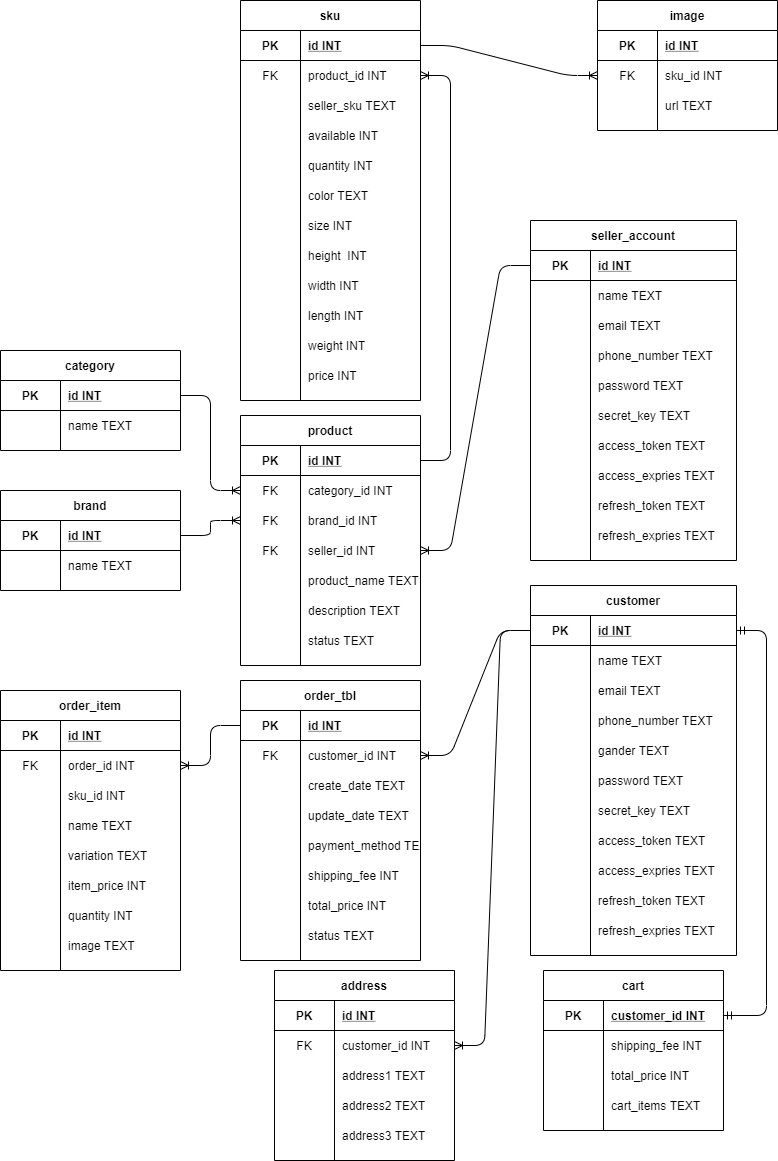
This is sqlite/ERD.png from TikTzuki/eShope, a draw.io export, as it was before one commit. Source tidied: cells renumbered, new cells last; positions are measured from the earlier drawing's top-left corner, leaving out a move shared by most shapes.
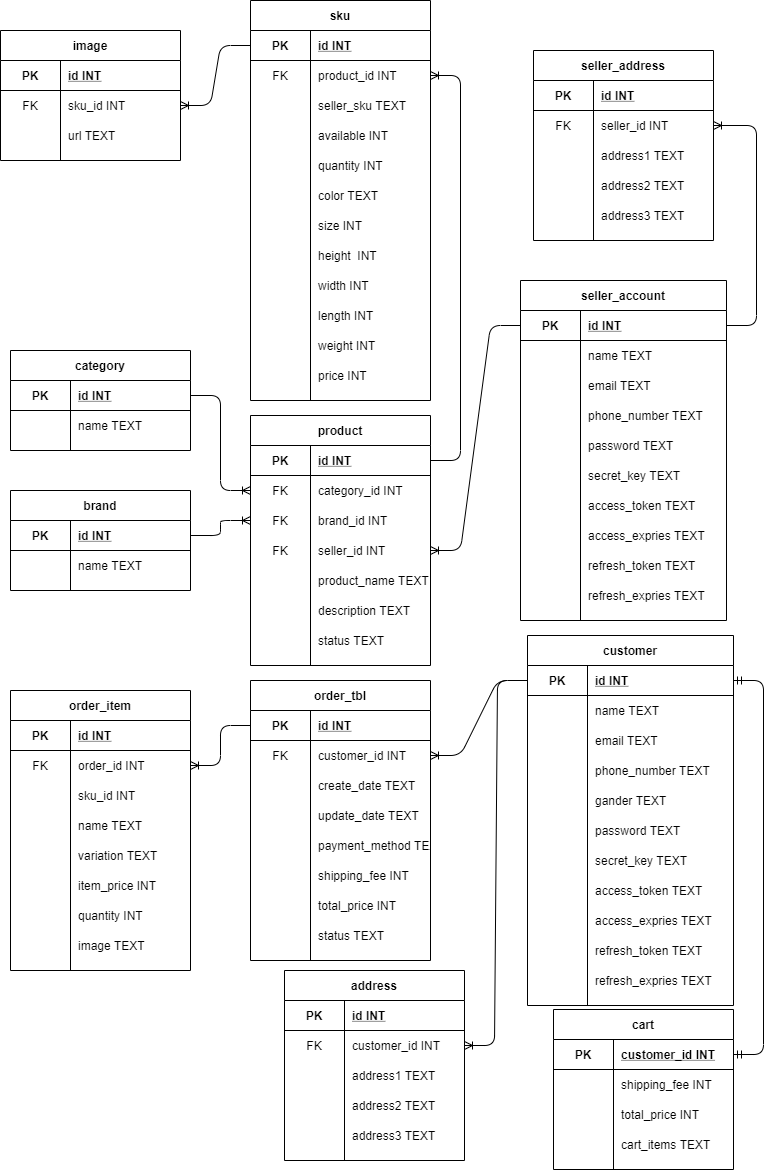
After the change.

The edit, as a diff of the source:
```diff
@@ -24,7 +24,7 @@
       <mxGeometry x="60" width="120" height="30" as="geometry" />
     </mxCell>
     <mxCell id="9" value="cart" style="shape=table;startSize=30;rowLines=0;fontStyle=1;align=center;" parent="1" vertex="1">
-      <mxGeometry x="543" y="970" width="180" height="160" as="geometry" />
+      <mxGeometry x="543" y="1009" width="180" height="160" as="geometry" />
     </mxCell>
     <mxCell id="10" style="shape=partialRectangle;fillColor=none;top=0;left=0;bottom=1;right=0;points=[[0,0.5],[1,0.5]];portConstraint=eastwest;" parent="9" vertex="1">
       <mxGeometry y="30" width="180" height="30" as="geometry" />
@@ -84,7 +84,7 @@
       <mxGeometry x="60" width="120" height="30" as="geometry" />
     </mxCell>
     <mxCell id="29" value="customer" style="shape=table;startSize=30;rowLines=0;fontStyle=1;align=center;" parent="1" vertex="1">
-      <mxGeometry x="530" y="585" width="206" height="370" as="geometry" />
+      <mxGeometry x="517" y="635" width="206" height="370" as="geometry" />
     </mxCell>
     <mxCell id="30" style="shape=partialRectangle;fillColor=none;top=0;left=0;bottom=1;right=0;points=[[0,0.5],[1,0.5]];portConstraint=eastwest;" parent="29" vertex="1">
       <mxGeometry y="30" width="206" height="30" as="geometry" />
@@ -513,7 +513,7 @@
       <mxGeometry x="60" width="120" height="30" as="geometry" />
     </mxCell>
     <mxCell id="172" value="image" style="shape=table;startSize=30;rowLines=0;fontStyle=1;align=center;" parent="1" vertex="1">
-      <mxGeometry x="597" width="180" height="130" as="geometry" />
+      <mxGeometry x="-10" y="30" width="180" height="130" as="geometry" />
     </mxCell>
     <mxCell id="173" style="shape=partialRectangle;fillColor=none;top=0;left=0;bottom=1;right=0;" parent="172" vertex="1">
       <mxGeometry y="30" width="180" height="30" as="geometry" />
@@ -543,7 +543,7 @@
       <mxGeometry x="60" width="120" height="30" as="geometry" />
     </mxCell>
     <mxCell id="182" value="seller_account" style="shape=table;startSize=30;rowLines=0;fontStyle=1;align=center;" parent="1" vertex="1">
-      <mxGeometry x="530" y="220" width="206" height="340" as="geometry" />
+      <mxGeometry x="510" y="280" width="206" height="340" as="geometry" />
     </mxCell>
     <mxCell id="183" style="shape=partialRectangle;fillColor=none;top=0;left=0;bottom=1;right=0;points=[[0,0.5],[1,0.5]];portConstraint=eastwest;" parent="182" vertex="1">
       <mxGeometry y="30" width="206" height="30" as="geometry" />
@@ -710,5 +710,56 @@
     <mxCell id="237" style="edgeStyle=entityRelationEdgeStyle;fontSize=12;html=1;endArrow=ERoneToMany;" parent="1" edge="1" source="30" target="225">
       <mxGeometry relative="1" as="geometry" />
     </mxCell>
+    <mxCell id="238" value="seller_address" style="shape=table;startSize=30;rowLines=0;fontStyle=1;align=center;" parent="1" vertex="1">
+      <mxGeometry x="523" y="50" width="180" height="190" as="geometry" />
+    </mxCell>
+    <mxCell id="239" style="shape=partialRectangle;fillColor=none;top=0;left=0;bottom=1;right=0;" parent="238" vertex="1">
+      <mxGeometry y="30" width="180" height="30" as="geometry" />
+    </mxCell>
+    <mxCell id="240" value="PK" style="shape=partialRectangle;fillColor=none;top=0;left=0;bottom=0;right=0;fontStyle=1;overflow=hidden;" parent="239" vertex="1">
+      <mxGeometry width="60" height="30" as="geometry" />
+    </mxCell>
+    <mxCell id="241" value="id INT" style="shape=partialRectangle;fillColor=none;top=0;left=0;bottom=0;right=0;align=left;spacingLeft=6;fontStyle=5;overflow=hidden;" parent="239" vertex="1">
+      <mxGeometry x="60" width="120" height="30" as="geometry" />
+    </mxCell>
+    <mxCell id="242" style="shape=partialRectangle;fillColor=none;top=0;left=0;bottom=0;right=0;points=[[0,0.5],[1,0.5]];portConstraint=eastwest;" parent="238" vertex="1">
+      <mxGeometry y="60" width="180" height="30" as="geometry" />
+    </mxCell>
+    <mxCell id="243" value="FK" style="shape=partialRectangle;fillColor=none;top=0;left=0;bottom=0;right=0;overflow=hidden;" parent="242" vertex="1">
+      <mxGeometry width="60" height="30" as="geometry" />
+    </mxCell>
+    <mxCell id="244" value="seller_id INT" style="shape=partialRectangle;fillColor=none;top=0;left=0;bottom=0;right=0;align=left;spacingLeft=6;overflow=hidden;" parent="242" vertex="1">
+      <mxGeometry x="60" width="120" height="30" as="geometry" />
+    </mxCell>
+    <mxCell id="245" style="shape=partialRectangle;fillColor=none;top=0;left=0;bottom=0;right=0;" parent="238" vertex="1">
+      <mxGeometry y="90" width="180" height="30" as="geometry" />
+    </mxCell>
+    <mxCell id="246" style="shape=partialRectangle;fillColor=none;top=0;left=0;bottom=0;right=0;overflow=hidden;" parent="245" vertex="1">
+      <mxGeometry width="60" height="30" as="geometry" />
+    </mxCell>
+    <mxCell id="247" value="address1 TEXT" style="shape=partialRectangle;fillColor=none;top=0;left=0;bottom=0;right=0;align=left;spacingLeft=6;overflow=hidden;" parent="245" vertex="1">
+      <mxGeometry x="60" width="120" height="30" as="geometry" />
+    </mxCell>
+    <mxCell id="248" style="shape=partialRectangle;fillColor=none;top=0;left=0;bottom=0;right=0;" parent="238" vertex="1">
+      <mxGeometry y="120" width="180" height="30" as="geometry" />
+    </mxCell>
+    <mxCell id="249" style="shape=partialRectangle;fillColor=none;top=0;left=0;bottom=0;right=0;overflow=hidden;" parent="248" vertex="1">
+      <mxGeometry width="60" height="30" as="geometry" />
+    </mxCell>
+    <mxCell id="250" value="address2 TEXT" style="shape=partialRectangle;fillColor=none;top=0;left=0;bottom=0;right=0;align=left;spacingLeft=6;overflow=hidden;" parent="248" vertex="1">
+      <mxGeometry x="60" width="120" height="30" as="geometry" />
+    </mxCell>
+    <mxCell id="251" style="shape=partialRectangle;fillColor=none;top=0;left=0;bottom=0;right=0;" parent="238" vertex="1">
+      <mxGeometry y="150" width="180" height="30" as="geometry" />
+    </mxCell>
+    <mxCell id="252" style="shape=partialRectangle;fillColor=none;top=0;left=0;bottom=0;right=0;overflow=hidden;" parent="251" vertex="1">
+      <mxGeometry width="60" height="30" as="geometry" />
+    </mxCell>
+    <mxCell id="253" value="address3 TEXT" style="shape=partialRectangle;fillColor=none;top=0;left=0;bottom=0;right=0;align=left;spacingLeft=6;overflow=hidden;" parent="251" vertex="1">
+      <mxGeometry x="60" width="120" height="30" as="geometry" />
+    </mxCell>
+    <mxCell id="254" style="edgeStyle=entityRelationEdgeStyle;fontSize=12;html=1;endArrow=ERoneToMany;" parent="1" edge="1" source="183" target="242">
+      <mxGeometry relative="1" as="geometry" />
+    </mxCell>
   </root>
 </mxGraphModel>
```
